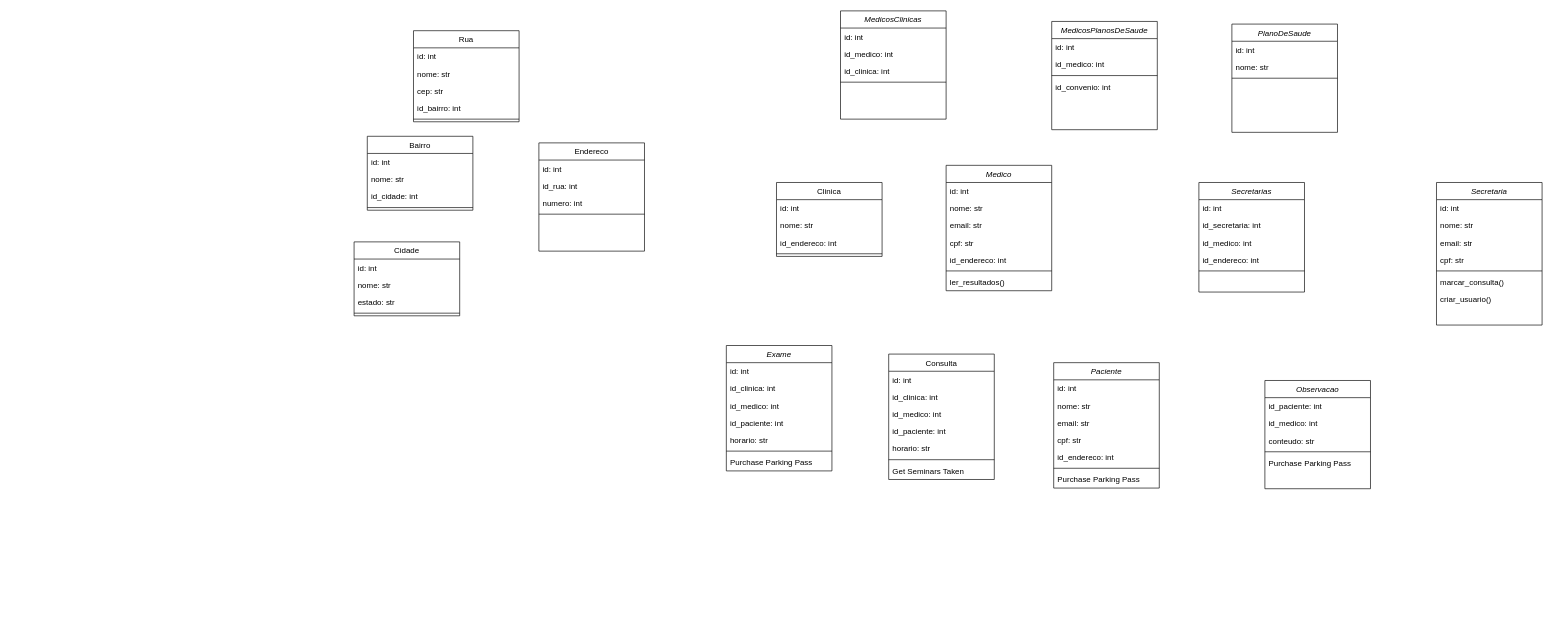
KauanHK/diagramas keeps this draw.io diagram as clinica_db.drawio. Above is the earlier version. Source tidied: cells renumbered, new cells numbered last; positions are measured from the earlier drawing's top-left corner, leaving out a move shared by most shapes. Both pictures are drawn from the tidied source at 66%, with x=0, y=0 at pixel (354, 11).
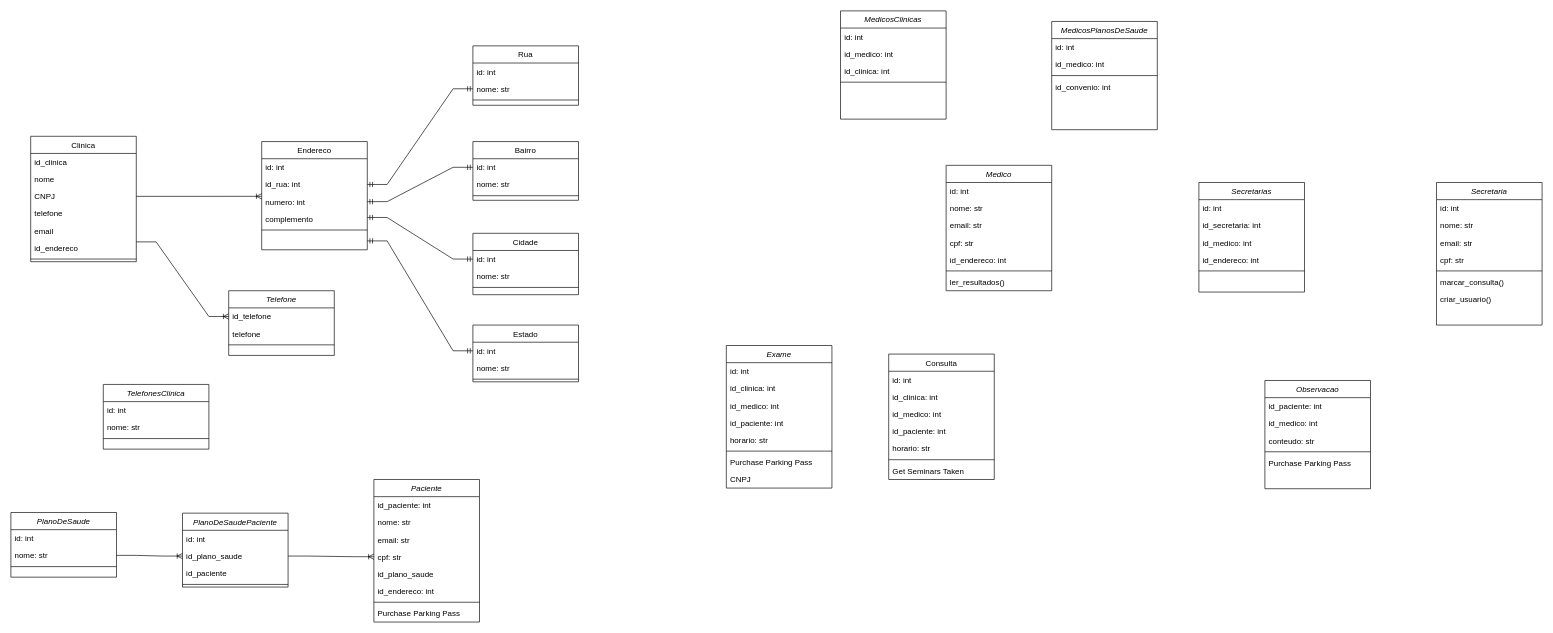
After the change.

Unchanged cells that the change refers to:
```xml
<mxCell id="25" value="cpf: str" style="text;align=left;verticalAlign=top;spacingLeft=4;spacingRight=4;overflow=hidden;points=[[0,0.5],[1,0.5]];portConstraint=eastwest;" parent="21" vertex="1">
  <mxGeometry y="104" width="160" height="26" as="geometry" />
</mxCell>
<mxCell id="71" value="nome: str" style="text;align=left;verticalAlign=top;spacingLeft=4;spacingRight=4;overflow=hidden;points=[[0,0.5],[1,0.5]];portConstraint=eastwest;" parent="69" vertex="1">
  <mxGeometry y="52" width="160" height="26" as="geometry" />
</mxCell>
<mxCell id="75" value="id_rua: int" style="text;align=left;verticalAlign=top;spacingLeft=4;spacingRight=4;overflow=hidden;points=[[0,0.5],[1,0.5]];portConstraint=eastwest;" parent="73" vertex="1">
  <mxGeometry y="52" width="160" height="26" as="geometry" />
</mxCell>
<mxCell id="76" value="numero: int" style="text;align=left;verticalAlign=top;spacingLeft=4;spacingRight=4;overflow=hidden;points=[[0,0.5],[1,0.5]];portConstraint=eastwest;" parent="73" vertex="1">
  <mxGeometry y="78" width="160" height="26" as="geometry" />
</mxCell>
<mxCell id="80" value="nome: str" style="text;align=left;verticalAlign=top;spacingLeft=4;spacingRight=4;overflow=hidden;points=[[0,0.5],[1,0.5]];portConstraint=eastwest;" parent="78" vertex="1">
  <mxGeometry y="52" width="160" height="26" as="geometry" />
</mxCell>
<mxCell id="85" value="id: int" style="text;align=left;verticalAlign=top;spacingLeft=4;spacingRight=4;overflow=hidden;points=[[0,0.5],[1,0.5]];portConstraint=eastwest;" parent="84" vertex="1">
  <mxGeometry y="26" width="160" height="26" as="geometry" />
</mxCell>
<mxCell id="90" value="id: int" style="text;align=left;verticalAlign=top;spacingLeft=4;spacingRight=4;overflow=hidden;points=[[0,0.5],[1,0.5]];portConstraint=eastwest;" parent="89" vertex="1">
  <mxGeometry y="26" width="160" height="26" as="geometry" />
</mxCell>
```

What changed in the source:
```diff
@@
     <mxCell id="16" value="Clinica" style="swimlane;fontStyle=0;align=center;verticalAlign=top;horizontal=1;startSize=26;rounded=0;shadow=0;strokeWidth=1;" parent="1" vertex="1">
-      <mxGeometry x="640" y="260" width="160" height="112" as="geometry" />
+      <mxGeometry x="-490" y="190" width="160" height="190" as="geometry" />
     </mxCell>
-    <mxCell id="17" value="id: int" style="text;align=left;verticalAlign=top;spacingLeft=4;spacingRight=4;overflow=hidden;" parent="16" vertex="1">
+    <mxCell id="17" value="id_clinica" style="text;align=left;verticalAlign=top;spacingLeft=4;spacingRight=4;overflow=hidden;" parent="16" vertex="1">
       <mxGeometry y="26" width="160" height="26" as="geometry" />
     </mxCell>
-    <mxCell id="18" value="nome: str" style="text;align=left;verticalAlign=top;spacingLeft=4;spacingRight=4;overflow=hidden;" parent="16" vertex="1">
+    <mxCell id="18" value="nome" style="text;align=left;verticalAlign=top;spacingLeft=4;spacingRight=4;overflow=hidden;" parent="16" vertex="1">
       <mxGeometry y="52" width="160" height="26" as="geometry" />
     </mxCell>
+    <mxCell id="94" value="CNPJ" style="text;align=left;verticalAlign=top;spacingLeft=4;spacingRight=4;overflow=hidden;points=[[0,0.5],[1,0.5]];portConstraint=eastwest;" parent="16" vertex="1">
+      <mxGeometry y="78" width="160" height="26" as="geometry" />
+    </mxCell>
+    <mxCell id="95" value="telefone" style="text;align=left;verticalAlign=top;spacingLeft=4;spacingRight=4;overflow=hidden;" parent="16" vertex="1">
+      <mxGeometry y="104" width="160" height="26" as="geometry" />
+    </mxCell>
+    <mxCell id="96" value="email" style="text;align=left;verticalAlign=top;spacingLeft=4;spacingRight=4;overflow=hidden;" parent="16" vertex="1">
+      <mxGeometry y="130" width="160" height="26" as="geometry" />
+    </mxCell>
-    <mxCell id="19" value="id_endereco: int" style="text;align=left;verticalAlign=top;spacingLeft=4;spacingRight=4;overflow=hidden;" parent="16" vertex="1">
-      <mxGeometry y="78" width="160" height="26" as="geometry" />
+    <mxCell id="19" value="id_endereco" style="text;align=left;verticalAlign=top;spacingLeft=4;spacingRight=4;overflow=hidden;" parent="16" vertex="1">
+      <mxGeometry y="156" width="160" height="26" as="geometry" />
     </mxCell>
     <mxCell id="20" style="line;html=1;strokeWidth=1;align=left;verticalAlign=middle;spacingTop=-1;spacingLeft=3;spacingRight=3;labelPosition=right;" parent="16" vertex="1">
-      <mxGeometry y="104" width="160" height="8" as="geometry" />
+      <mxGeometry y="182" width="160" height="8" as="geometry" />
     </mxCell>
     <mxCell id="21" value="Paciente" style="swimlane;fontStyle=2;align=center;verticalAlign=top;horizontal=1;startSize=26;rounded=0;shadow=0;strokeWidth=1;" parent="1" vertex="1">
-      <mxGeometry x="1060" y="533" width="160" height="190" as="geometry" />
+      <mxGeometry x="30" y="710" width="160" height="216" as="geometry" />
     </mxCell>
-    <mxCell id="22" value="id: int" style="text;align=left;verticalAlign=top;spacingLeft=4;spacingRight=4;overflow=hidden;" parent="21" vertex="1">
+    <mxCell id="22" value="id_paciente: int" style="text;align=left;verticalAlign=top;spacingLeft=4;spacingRight=4;overflow=hidden;" parent="21" vertex="1">
       <mxGeometry y="26" width="160" height="26" as="geometry" />
     </mxCell>
@@
+    <mxCell id="97" value="id_plano_saude" style="text;align=left;verticalAlign=top;spacingLeft=4;spacingRight=4;overflow=hidden;" parent="21" vertex="1">
+      <mxGeometry y="130" width="160" height="26" as="geometry" />
+    </mxCell>
     <mxCell id="26" value="id_endereco: int" style="text;align=left;verticalAlign=top;spacingLeft=4;spacingRight=4;overflow=hidden;" parent="21" vertex="1">
-      <mxGeometry y="130" width="160" height="26" as="geometry" />
+      <mxGeometry y="156" width="160" height="26" as="geometry" />
     </mxCell>
     <mxCell id="27" style="line;html=1;strokeWidth=1;align=left;verticalAlign=middle;spacingTop=-1;spacingLeft=3;spacingRight=3;labelPosition=right;" parent="21" vertex="1">
-      <mxGeometry y="156" width="160" height="8" as="geometry" />
+      <mxGeometry y="182" width="160" height="8" as="geometry" />
     </mxCell>
     <mxCell id="28" value="Purchase Parking Pass" style="text;align=left;verticalAlign=top;spacingLeft=4;spacingRight=4;overflow=hidden;" parent="21" vertex="1">
-      <mxGeometry y="164" width="160" height="26" as="geometry" />
+      <mxGeometry y="190" width="160" height="26" as="geometry" />
     </mxCell>
@@
     <mxCell id="37" value="Exame" style="swimlane;fontStyle=2;align=center;verticalAlign=top;horizontal=1;startSize=26;rounded=0;shadow=0;strokeWidth=1;" parent="1" vertex="1">
-      <mxGeometry x="564" y="507" width="160" height="190" as="geometry" />
+      <mxGeometry x="564" y="507" width="160" height="216" as="geometry" />
     </mxCell>
@@
+    <mxCell id="98" value="CNPJ" style="text;align=left;verticalAlign=top;spacingLeft=4;spacingRight=4;overflow=hidden;" parent="37" vertex="1">
+      <mxGeometry y="190" width="160" height="26" as="geometry" />
+    </mxCell>
@@
     <mxCell id="69" value="PlanoDeSaude" style="swimlane;fontStyle=2;align=center;verticalAlign=top;horizontal=1;startSize=26;rounded=0;shadow=0;strokeWidth=1;" parent="1" vertex="1">
-      <mxGeometry x="1330" y="20" width="160" height="164" as="geometry" />
+      <mxGeometry x="-520" y="760" width="160" height="98" as="geometry" />
     </mxCell>
@@
     <mxCell id="73" value="Endereco" style="swimlane;fontStyle=0;align=center;verticalAlign=top;horizontal=1;startSize=26;rounded=0;shadow=0;strokeWidth=1;" parent="1" vertex="1">
-      <mxGeometry x="280" y="200" width="160" height="164" as="geometry" />
+      <mxGeometry x="-140" y="198" width="160" height="164" as="geometry" />
     </mxCell>
@@
+    <mxCell id="99" value="complemento" style="text;align=left;verticalAlign=top;spacingLeft=4;spacingRight=4;overflow=hidden;" parent="73" vertex="1">
+      <mxGeometry y="104" width="160" height="26" as="geometry" />
+    </mxCell>
     <mxCell id="77" style="line;html=1;strokeWidth=1;align=left;verticalAlign=middle;spacingTop=-1;spacingLeft=3;spacingRight=3;labelPosition=right;" parent="73" vertex="1">
-      <mxGeometry y="104" width="160" height="8" as="geometry" />
+      <mxGeometry y="130" width="160" height="8" as="geometry" />
     </mxCell>
     <mxCell id="78" value="Rua" style="swimlane;fontStyle=0;align=center;verticalAlign=top;horizontal=1;startSize=26;rounded=0;shadow=0;strokeWidth=1;" parent="1" vertex="1">
-      <mxGeometry x="90" y="30" width="160" height="138" as="geometry" />
+      <mxGeometry x="180" y="53" width="160" height="90" as="geometry" />
     </mxCell>
@@
-    <mxCell id="81" value="cep: str" style="text;align=left;verticalAlign=top;spacingLeft=4;spacingRight=4;overflow=hidden;" parent="78" vertex="1">
-      <mxGeometry y="78" width="160" height="26" as="geometry" />
-    </mxCell>
-    <mxCell id="82" value="id_bairro: int" style="text;align=left;verticalAlign=top;spacingLeft=4;spacingRight=4;overflow=hidden;" parent="78" vertex="1">
-      <mxGeometry y="104" width="160" height="26" as="geometry" />
-    </mxCell>
     <mxCell id="83" style="line;html=1;strokeWidth=1;align=left;verticalAlign=middle;spacingTop=-1;spacingLeft=3;spacingRight=3;labelPosition=right;" parent="78" vertex="1">
-      <mxGeometry y="130" width="160" height="8" as="geometry" />
+      <mxGeometry y="78" width="160" height="8" as="geometry" />
     </mxCell>
     <mxCell id="84" value="Bairro" style="swimlane;fontStyle=0;align=center;verticalAlign=top;horizontal=1;startSize=26;rounded=0;shadow=0;strokeWidth=1;" parent="1" vertex="1">
-      <mxGeometry x="20" y="190" width="160" height="112" as="geometry" />
+      <mxGeometry x="180" y="198" width="160" height="89" as="geometry" />
     </mxCell>
@@
-    <mxCell id="87" value="id_cidade: int" style="text;align=left;verticalAlign=top;spacingLeft=4;spacingRight=4;overflow=hidden;" parent="84" vertex="1">
-      <mxGeometry y="78" width="160" height="26" as="geometry" />
-    </mxCell>
     <mxCell id="88" style="line;html=1;strokeWidth=1;align=left;verticalAlign=middle;spacingTop=-1;spacingLeft=3;spacingRight=3;labelPosition=right;" parent="84" vertex="1">
-      <mxGeometry y="104" width="160" height="8" as="geometry" />
+      <mxGeometry y="78" width="160" height="8" as="geometry" />
     </mxCell>
     <mxCell id="89" value="Cidade" style="swimlane;fontStyle=0;align=center;verticalAlign=top;horizontal=1;startSize=26;rounded=0;shadow=0;strokeWidth=1;" parent="1" vertex="1">
-      <mxGeometry y="350" width="160" height="112" as="geometry" />
+      <mxGeometry x="180" y="337" width="160" height="93" as="geometry" />
     </mxCell>
@@
-    <mxCell id="92" value="estado: str" style="text;align=left;verticalAlign=top;spacingLeft=4;spacingRight=4;overflow=hidden;" parent="89" vertex="1">
-      <mxGeometry y="78" width="160" height="26" as="geometry" />
-    </mxCell>
     <mxCell id="93" style="line;html=1;strokeWidth=1;align=left;verticalAlign=middle;spacingTop=-1;spacingLeft=3;spacingRight=3;labelPosition=right;" parent="89" vertex="1">
-      <mxGeometry y="104" width="160" height="8" as="geometry" />
+      <mxGeometry y="78" width="160" height="8" as="geometry" />
     </mxCell>
+    <mxCell id="100" value="Estado" style="swimlane;fontStyle=0;align=center;verticalAlign=top;horizontal=1;startSize=26;rounded=0;shadow=0;strokeWidth=1;" parent="1" vertex="1">
+      <mxGeometry x="180" y="476" width="160" height="86" as="geometry" />
+    </mxCell>
+    <mxCell id="101" value="id: int" style="text;align=left;verticalAlign=top;spacingLeft=4;spacingRight=4;overflow=hidden;points=[[0,0.5],[1,0.5]];portConstraint=eastwest;" parent="100" vertex="1">
+      <mxGeometry y="26" width="160" height="26" as="geometry" />
+    </mxCell>
+    <mxCell id="102" value="nome: str" style="text;align=left;verticalAlign=top;spacingLeft=4;spacingRight=4;overflow=hidden;" parent="100" vertex="1">
+      <mxGeometry y="52" width="160" height="26" as="geometry" />
+    </mxCell>
+    <mxCell id="103" style="line;html=1;strokeWidth=1;align=left;verticalAlign=middle;spacingTop=-1;spacingLeft=3;spacingRight=3;labelPosition=right;" parent="100" vertex="1">
+      <mxGeometry y="78" width="160" height="8" as="geometry" />
+    </mxCell>
+    <mxCell id="104" style="edgeStyle=entityRelationEdgeStyle;fontSize=12;html=1;endArrow=ERoneToMany;rounded=0;exitX=1;exitY=0.5;exitDx=0;exitDy=0;entryX=0;entryY=1.192;entryDx=0;entryDy=0;entryPerimeter=0;" parent="1" edge="1" source="94" target="75">
+      <mxGeometry relative="1" as="geometry" />
+    </mxCell>
+    <mxCell id="105" style="edgeStyle=entityRelationEdgeStyle;fontSize=12;html=1;endArrow=ERmandOne;startArrow=ERmandOne;rounded=0;exitX=1;exitY=0.5;exitDx=0;exitDy=0;entryX=0;entryY=0.5;entryDx=0;entryDy=0;" parent="1" edge="1" source="75" target="80">
+      <mxGeometry relative="1" as="geometry" />
+    </mxCell>
+    <mxCell id="106" style="edgeStyle=entityRelationEdgeStyle;fontSize=12;html=1;endArrow=ERmandOne;startArrow=ERmandOne;rounded=0;exitX=1;exitY=0.5;exitDx=0;exitDy=0;entryX=0;entryY=0.5;entryDx=0;entryDy=0;" parent="1" edge="1" target="90">
+      <mxGeometry relative="1" as="geometry">
+        <mxPoint x="20" y="313" as="sourcePoint" />
+      </mxGeometry>
+    </mxCell>
+    <mxCell id="107" style="edgeStyle=entityRelationEdgeStyle;fontSize=12;html=1;endArrow=ERmandOne;startArrow=ERmandOne;rounded=0;exitX=1;exitY=0.5;exitDx=0;exitDy=0;entryX=0;entryY=0.5;entryDx=0;entryDy=0;" parent="1" edge="1" target="101">
+      <mxGeometry relative="1" as="geometry">
+        <mxPoint x="20" y="348.5" as="sourcePoint" />
+      </mxGeometry>
+    </mxCell>
+    <mxCell id="108" style="edgeStyle=entityRelationEdgeStyle;fontSize=12;html=1;endArrow=ERmandOne;startArrow=ERmandOne;rounded=0;exitX=1;exitY=0.5;exitDx=0;exitDy=0;entryX=0;entryY=0.5;entryDx=0;entryDy=0;" parent="1" edge="1" source="76" target="85">
+      <mxGeometry relative="1" as="geometry" />
+    </mxCell>
+    <mxCell id="109" value="PlanoDeSaudePaciente" style="swimlane;fontStyle=2;align=center;verticalAlign=top;horizontal=1;startSize=26;rounded=0;shadow=0;strokeWidth=1;" parent="1" vertex="1">
+      <mxGeometry x="-260" y="761" width="160" height="112" as="geometry" />
+    </mxCell>
+    <mxCell id="110" value="id: int" style="text;align=left;verticalAlign=top;spacingLeft=4;spacingRight=4;overflow=hidden;" parent="109" vertex="1">
+      <mxGeometry y="26" width="160" height="26" as="geometry" />
+    </mxCell>
+    <mxCell id="111" value="id_plano_saude" style="text;align=left;verticalAlign=top;spacingLeft=4;spacingRight=4;overflow=hidden;points=[[0,0.5],[1,0.5]];portConstraint=eastwest;" parent="109" vertex="1">
+      <mxGeometry y="52" width="160" height="26" as="geometry" />
+    </mxCell>
+    <mxCell id="112" value="id_paciente" style="text;align=left;verticalAlign=top;spacingLeft=4;spacingRight=4;overflow=hidden;" parent="109" vertex="1">
+      <mxGeometry y="78" width="160" height="26" as="geometry" />
+    </mxCell>
+    <mxCell id="113" style="line;html=1;strokeWidth=1;align=left;verticalAlign=middle;spacingTop=-1;spacingLeft=3;spacingRight=3;labelPosition=right;" parent="109" vertex="1">
+      <mxGeometry y="104" width="160" height="8" as="geometry" />
+    </mxCell>
+    <mxCell id="114" style="edgeStyle=entityRelationEdgeStyle;fontSize=12;html=1;endArrow=ERoneToMany;rounded=0;exitX=1;exitY=0.5;exitDx=0;exitDy=0;entryX=0;entryY=0.5;entryDx=0;entryDy=0;" parent="1" edge="1" source="71" target="111">
+      <mxGeometry relative="1" as="geometry" />
+    </mxCell>
+    <mxCell id="115" style="edgeStyle=entityRelationEdgeStyle;fontSize=12;html=1;endArrow=ERoneToMany;rounded=0;exitX=1;exitY=0.5;exitDx=0;exitDy=0;entryX=0;entryY=0.5;entryDx=0;entryDy=0;" parent="1" edge="1" source="111" target="25">
+      <mxGeometry relative="1" as="geometry" />
+    </mxCell>
+    <mxCell id="116" value="TelefonesClinica" style="swimlane;fontStyle=2;align=center;verticalAlign=top;horizontal=1;startSize=26;rounded=0;shadow=0;strokeWidth=1;" parent="1" vertex="1">
+      <mxGeometry x="-380" y="566" width="160" height="98" as="geometry" />
+    </mxCell>
+    <mxCell id="117" value="id: int" style="text;align=left;verticalAlign=top;spacingLeft=4;spacingRight=4;overflow=hidden;" parent="116" vertex="1">
+      <mxGeometry y="26" width="160" height="26" as="geometry" />
+    </mxCell>
+    <mxCell id="118" value="nome: str" style="text;align=left;verticalAlign=top;spacingLeft=4;spacingRight=4;overflow=hidden;" parent="116" vertex="1">
+      <mxGeometry y="52" width="160" height="26" as="geometry" />
+    </mxCell>
+    <mxCell id="119" style="line;html=1;strokeWidth=1;align=left;verticalAlign=middle;spacingTop=-1;spacingLeft=3;spacingRight=3;labelPosition=right;" parent="116" vertex="1">
+      <mxGeometry y="78" width="160" height="8" as="geometry" />
+    </mxCell>
+    <mxCell id="120" value="Telefone" style="swimlane;fontStyle=2;align=center;verticalAlign=top;horizontal=1;startSize=26;rounded=0;shadow=0;strokeWidth=1;" parent="1" vertex="1">
+      <mxGeometry x="-190" y="424" width="160" height="98" as="geometry" />
+    </mxCell>
+    <mxCell id="121" value="id_telefone" style="text;align=left;verticalAlign=top;spacingLeft=4;spacingRight=4;overflow=hidden;points=[[0,0.5],[1,0.5]];portConstraint=eastwest;" parent="120" vertex="1">
+      <mxGeometry y="26" width="160" height="26" as="geometry" />
+    </mxCell>
+    <mxCell id="122" value="telefone" style="text;align=left;verticalAlign=top;spacingLeft=4;spacingRight=4;overflow=hidden;" parent="120" vertex="1">
+      <mxGeometry y="52" width="160" height="26" as="geometry" />
+    </mxCell>
+    <mxCell id="123" style="line;html=1;strokeWidth=1;align=left;verticalAlign=middle;spacingTop=-1;spacingLeft=3;spacingRight=3;labelPosition=right;" parent="120" vertex="1">
+      <mxGeometry y="78" width="160" height="8" as="geometry" />
+    </mxCell>
+    <mxCell id="124" style="edgeStyle=entityRelationEdgeStyle;fontSize=12;html=1;endArrow=ERoneToMany;rounded=0;exitX=1;exitY=0.5;exitDx=0;exitDy=0;entryX=0;entryY=0.5;entryDx=0;entryDy=0;" parent="1" edge="1" target="121">
+      <mxGeometry relative="1" as="geometry">
+        <mxPoint x="-330" y="350" as="sourcePoint" />
+      </mxGeometry>
+    </mxCell>
```
